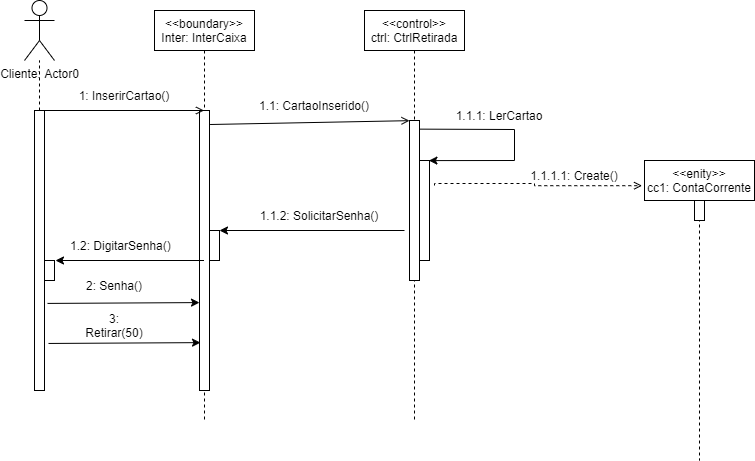
edivan-car/CursoADS keeps this draw.io diagram as AnaliseDeSistemas/saqueConta.drawio.png. Above is the earlier version. Source tidied: cells renumbered, new cells last; positions are measured from the earlier drawing's top-left corner, leaving out a move shared by most shapes.
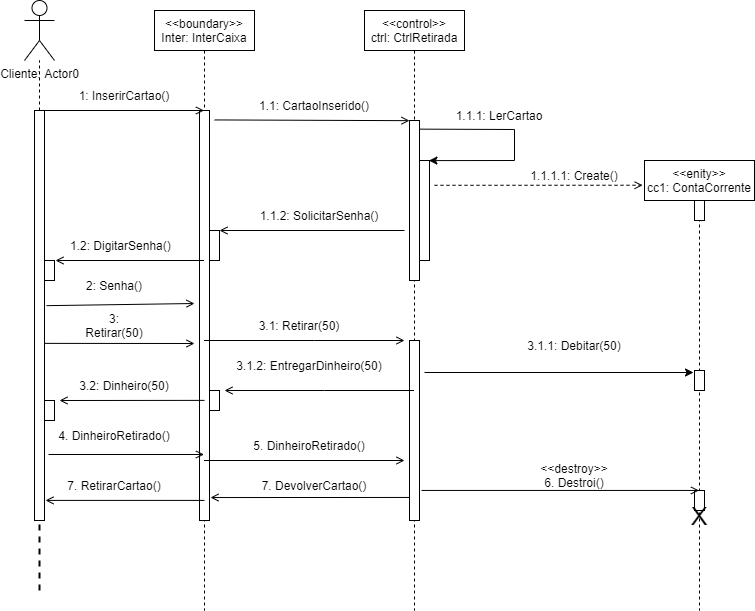
After the commit.

What changed in the source:
```diff
@@ -3,16 +3,19 @@
     <mxCell id="0" />
     <mxCell id="1" parent="0" />
     <mxCell id="2" value="&lt;&lt;boundary&gt;&gt;&#10;Inter: InterCaixa" style="shape=umlLifeline;perimeter=lifelinePerimeter;rounded=0;shadow=0;strokeWidth=1;" parent="1" vertex="1">
-      <mxGeometry x="130" y="10" width="100" height="410" as="geometry" />
+      <mxGeometry x="130" y="10" width="100" height="600" as="geometry" />
     </mxCell>
     <mxCell id="3" style="points=[];perimeter=orthogonalPerimeter;rounded=0;shadow=0;strokeWidth=1;" parent="2" vertex="1">
-      <mxGeometry x="45" y="100" width="10" height="280" as="geometry" />
+      <mxGeometry x="45" y="100" width="10" height="410" as="geometry" />
     </mxCell>
     <mxCell id="4" style="points=[];perimeter=orthogonalPerimeter;rounded=0;shadow=0;strokeWidth=1;" parent="2" vertex="1">
       <mxGeometry x="55" y="220" width="10" height="30" as="geometry" />
     </mxCell>
+    <mxCell id="30" style="perimeter=orthogonalPerimeter;rounded=0;shadow=0;strokeWidth=1;" parent="2" vertex="1">
+      <mxGeometry x="55" y="380" width="10" height="20" as="geometry" />
+    </mxCell>
     <mxCell id="5" value="&lt;&lt;control&gt;&gt;&#10;ctrl: CtrlRetirada" style="shape=umlLifeline;perimeter=lifelinePerimeter;rounded=0;shadow=0;strokeWidth=1;" parent="1" vertex="1">
-      <mxGeometry x="340" y="10" width="100" height="410" as="geometry" />
+      <mxGeometry x="340" y="10" width="100" height="600" as="geometry" />
     </mxCell>
     <mxCell id="6" style="points=[];perimeter=orthogonalPerimeter;rounded=0;shadow=0;strokeWidth=1;" parent="5" vertex="1">
       <mxGeometry x="45" y="110" width="10" height="160" as="geometry" />
@@ -28,11 +31,14 @@
     <mxCell id="8" style="points=[];perimeter=orthogonalPerimeter;rounded=0;shadow=0;strokeWidth=1;" parent="5" vertex="1">
       <mxGeometry x="55" y="150" width="10" height="100" as="geometry" />
     </mxCell>
+    <mxCell id="31" style="points=[];perimeter=orthogonalPerimeter;rounded=0;shadow=0;strokeWidth=1;" parent="5" vertex="1">
+      <mxGeometry x="45" y="330" width="10" height="180" as="geometry" />
+    </mxCell>
     <mxCell id="9" value="Cliente: Actor0" style="shape=umlActor;verticalLabelPosition=bottom;verticalAlign=top;html=1;outlineConnect=0;" parent="1" vertex="1">
       <mxGeometry width="30" height="60" as="geometry" />
     </mxCell>
     <mxCell id="10" style="rounded=0;whiteSpace=wrap;html=1;" parent="1" vertex="1">
-      <mxGeometry x="10" y="110" width="10" height="280" as="geometry" />
+      <mxGeometry x="10" y="110" width="10" height="410" as="geometry" />
     </mxCell>
     <mxCell id="11" style="endArrow=none;dashed=1;html=1;strokeWidth=1;rounded=0;exitX=0.5;exitY=0;exitDx=0;exitDy=0;" parent="1" edge="1" source="10" target="9">
       <mxGeometry relative="1" as="geometry" />
@@ -45,7 +51,7 @@
     <mxCell id="13" value="1: InserirCartao()" style="text;html=1;strokeColor=none;fillColor=none;align=center;verticalAlign=middle;whiteSpace=wrap;rounded=0;" parent="1" vertex="1">
       <mxGeometry x="40" y="80" width="120" height="30" as="geometry" />
     </mxCell>
-    <mxCell id="14" style="endArrow=open;html=1;rounded=0;strokeWidth=1;exitX=1.057;exitY=0.05;exitDx=0;exitDy=0;exitPerimeter=0;entryX=0;entryY=0.001;entryDx=0;entryDy=0;entryPerimeter=0;endFill=0;" parent="1" edge="1" source="3" target="6">
+    <mxCell id="14" style="endArrow=open;html=1;rounded=0;strokeWidth=1;exitX=1.512;exitY=0.023;exitDx=0;exitDy=0;exitPerimeter=0;entryX=0;entryY=0.001;entryDx=0;entryDy=0;entryPerimeter=0;endFill=0;" parent="1" edge="1" source="3" target="6">
       <mxGeometry relative="1" as="geometry" />
     </mxCell>
     <mxCell id="15" value="1.1: CartaoInserido()" style="text;html=1;strokeColor=none;fillColor=none;align=center;verticalAlign=middle;whiteSpace=wrap;rounded=0;" parent="1" vertex="1">
@@ -55,25 +61,32 @@
       <mxGeometry x="430" y="100" width="90" height="30" as="geometry" />
     </mxCell>
     <mxCell id="17" value="&lt;&lt;enity&gt;&gt;&#10;cc1: ContaCorrente" style="shape=umlLifeline;perimeter=lifelinePerimeter;rounded=0;shadow=0;strokeWidth=1;" parent="1" vertex="1">
-      <mxGeometry x="620" y="160" width="110" height="300" as="geometry" />
+      <mxGeometry x="620" y="160" width="110" height="450" as="geometry" />
     </mxCell>
     <mxCell id="18" style="perimeter=orthogonalPerimeter;rounded=0;shadow=0;strokeWidth=1;" parent="17" vertex="1">
       <mxGeometry x="50" y="40" width="10" height="20" as="geometry" />
     </mxCell>
+    <mxCell id="32" style="points=[];perimeter=orthogonalPerimeter;rounded=0;shadow=0;strokeWidth=1;" parent="17" vertex="1">
+      <mxGeometry x="50" y="210" width="10" height="20" as="geometry" />
+    </mxCell>
+    <mxCell id="33" style="perimeter=orthogonalPerimeter;rounded=0;shadow=0;strokeWidth=1;" parent="17" vertex="1">
+      <mxGeometry x="50" y="330" width="10" height="20" as="geometry" />
+    </mxCell>
+    <mxCell id="34" value="X" style="text;html=1;strokeColor=none;fillColor=none;align=center;verticalAlign=middle;whiteSpace=wrap;rounded=0;fontSize=25;" parent="17" vertex="1">
+      <mxGeometry x="25" y="340" width="60" height="30" as="geometry" />
+    </mxCell>
-    <mxCell id="19" style="edgeStyle=orthogonalEdgeStyle;rounded=0;jettySize=auto;html=1;strokeWidth=1;entryX=-0.022;entryY=0.084;entryDx=0;entryDy=0;entryPerimeter=0;dashed=1;endArrow=open;endFill=0;" parent="1" edge="1" target="17">
+    <mxCell id="19" style="edgeStyle=orthogonalEdgeStyle;rounded=0;jettySize=auto;html=1;strokeWidth=1;entryX=-0.017;entryY=0.055;entryDx=0;entryDy=0;entryPerimeter=0;dashed=1;endArrow=open;endFill=0;" parent="1" edge="1" target="17">
       <mxGeometry relative="1" as="geometry">
         <mxPoint x="410" y="185" as="sourcePoint" />
         <Array as="points">
-          <mxPoint x="410" y="183" />
-          <mxPoint x="510" y="183" />
-          <mxPoint x="510" y="185" />
+          <mxPoint x="618" y="185" />
         </Array>
       </mxGeometry>
     </mxCell>
     <mxCell id="20" value="1.1.1.1: Create()" style="text;html=1;strokeColor=none;fillColor=none;align=center;verticalAlign=middle;whiteSpace=wrap;rounded=0;" parent="1" vertex="1">
       <mxGeometry x="500" y="160" width="100" height="30" as="geometry" />
     </mxCell>
-    <mxCell id="21" style="endArrow=classic;html=1;rounded=0;entryX=1;entryY=0;entryDx=0;entryDy=0;entryPerimeter=0;" parent="1" edge="1" target="4">
+    <mxCell id="21" style="endArrow=open;html=1;rounded=0;entryX=1;entryY=0;entryDx=0;entryDy=0;entryPerimeter=0;endFill=0;" parent="1" edge="1" target="4">
       <mxGeometry relative="1" as="geometry">
         <mxPoint x="380" y="230" as="sourcePoint" />
       </mxGeometry>
@@ -84,17 +97,21 @@
     <mxCell id="23" style="points=[];perimeter=orthogonalPerimeter;rounded=0;shadow=0;strokeWidth=1;" parent="1" vertex="1">
       <mxGeometry x="20" y="260" width="10" height="20" as="geometry" />
     </mxCell>
-    <mxCell id="24" style="endArrow=classic;html=1;rounded=0;entryX=1.1;entryY=0;entryDx=0;entryDy=0;entryPerimeter=0;" parent="1" edge="1" source="2" target="23">
+    <mxCell id="24" style="endArrow=open;html=1;rounded=0;entryX=1.1;entryY=0;entryDx=0;entryDy=0;entryPerimeter=0;endFill=0;" parent="1" edge="1" source="2" target="23">
       <mxGeometry relative="1" as="geometry" />
     </mxCell>
     <mxCell id="25" value="1.2: DigitarSenha()" style="text;strokeColor=none;fillColor=none;align=left;verticalAlign=middle;spacingLeft=4;spacingRight=4;overflow=hidden;" parent="1" vertex="1">
       <mxGeometry x="40" y="230" width="120" height="30" as="geometry" />
     </mxCell>
-    <mxCell id="26" style="endArrow=classic;html=1;rounded=0;exitX=1.3;exitY=0.689;exitDx=0;exitDy=0;exitPerimeter=0;entryX=0;entryY=0.686;entryDx=0;entryDy=0;entryPerimeter=0;" parent="1" edge="1" source="10" target="3">
-      <mxGeometry relative="1" as="geometry" />
+    <mxCell id="26" style="endArrow=open;html=1;rounded=0;exitX=1.2;exitY=0.476;exitDx=0;exitDy=0;exitPerimeter=0;endFill=0;" parent="1" edge="1" source="10">
+      <mxGeometry relative="1" as="geometry">
+        <mxPoint x="170" y="303" as="targetPoint" />
+      </mxGeometry>
     </mxCell>
-    <mxCell id="27" style="endArrow=classic;html=1;rounded=0;exitX=1.4;exitY=0.832;exitDx=0;exitDy=0;exitPerimeter=0;entryX=0.1;entryY=0.829;entryDx=0;entryDy=0;entryPerimeter=0;" parent="1" edge="1" source="10" target="3">
-      <mxGeometry relative="1" as="geometry" />
+    <mxCell id="27" style="endArrow=open;html=1;rounded=0;exitX=1;exitY=0.568;exitDx=0;exitDy=0;exitPerimeter=0;endFill=0;" parent="1" edge="1" source="10">
+      <mxGeometry relative="1" as="geometry">
+        <mxPoint x="170" y="343" as="targetPoint" />
+      </mxGeometry>
     </mxCell>
     <mxCell id="28" value="2: Senha()" style="text;html=1;strokeColor=none;fillColor=none;align=center;verticalAlign=middle;whiteSpace=wrap;rounded=0;" parent="1" vertex="1">
       <mxGeometry x="60" y="270" width="60" height="30" as="geometry" />
@@ -102,5 +119,81 @@
     <mxCell id="29" value="3: Retirar(50)" style="text;html=1;strokeColor=none;fillColor=none;align=center;verticalAlign=middle;whiteSpace=wrap;rounded=0;" parent="1" vertex="1">
       <mxGeometry x="60" y="310" width="60" height="30" as="geometry" />
     </mxCell>
+    <mxCell id="35" style="endArrow=open;html=1;rounded=0;endFill=0;" parent="1" edge="1" source="2">
+      <mxGeometry relative="1" as="geometry">
+        <mxPoint x="380" y="340" as="targetPoint" />
+        <Array as="points">
+          <mxPoint x="290" y="340" />
+        </Array>
+      </mxGeometry>
+    </mxCell>
+    <mxCell id="36" value="3.1: Retirar(50)" style="text;html=1;strokeColor=none;fillColor=none;align=center;verticalAlign=middle;whiteSpace=wrap;rounded=0;" parent="1" vertex="1">
+      <mxGeometry x="230" y="310" width="90" height="30" as="geometry" />
+    </mxCell>
+    <mxCell id="37" style="endArrow=classic;html=1;rounded=0;entryX=-0.1;entryY=0.1;entryDx=0;entryDy=0;entryPerimeter=0;" parent="1" edge="1" target="32">
+      <mxGeometry relative="1" as="geometry">
+        <mxPoint x="400" y="372" as="sourcePoint" />
+      </mxGeometry>
+    </mxCell>
+    <mxCell id="38" value="3.1.1: Debitar(50)" style="text;html=1;strokeColor=none;fillColor=none;align=center;verticalAlign=middle;whiteSpace=wrap;rounded=0;" parent="1" vertex="1">
+      <mxGeometry x="490" y="330" width="120" height="30" as="geometry" />
+    </mxCell>
+    <mxCell id="39" value="3.1.2: EntregarDinheiro(50)" style="text;html=1;strokeColor=none;fillColor=none;align=center;verticalAlign=middle;whiteSpace=wrap;rounded=0;" parent="1" vertex="1">
+      <mxGeometry x="200" y="350" width="170" height="30" as="geometry" />
+    </mxCell>
+    <mxCell id="40" style="endArrow=open;html=1;rounded=0;endFill=0;" parent="1" edge="1" source="5">
+      <mxGeometry relative="1" as="geometry">
+        <mxPoint x="200" y="390" as="targetPoint" />
+        <Array as="points">
+          <mxPoint x="300" y="390" />
+        </Array>
+      </mxGeometry>
+    </mxCell>
+    <mxCell id="41" style="points=[];perimeter=orthogonalPerimeter;rounded=0;shadow=0;strokeWidth=1;" parent="1" vertex="1">
+      <mxGeometry x="20" y="400" width="10" height="20" as="geometry" />
+    </mxCell>
+    <mxCell id="42" style="endArrow=open;html=1;rounded=0;entryX=1.5;entryY=0;entryDx=0;entryDy=0;entryPerimeter=0;endFill=0;exitX=0.5;exitY=0.707;exitDx=0;exitDy=0;exitPerimeter=0;" parent="1" edge="1" source="3" target="41">
+      <mxGeometry relative="1" as="geometry" />
+    </mxCell>
+    <mxCell id="43" value="3.2: Dinheiro(50)" style="text;html=1;strokeColor=none;fillColor=none;align=center;verticalAlign=middle;whiteSpace=wrap;rounded=0;" parent="1" vertex="1">
+      <mxGeometry x="50" y="370" width="100" height="30" as="geometry" />
+    </mxCell>
+    <mxCell id="44" style="endArrow=open;html=1;rounded=0;exitX=1.4;exitY=0.839;exitDx=0;exitDy=0;exitPerimeter=0;endFill=0;" parent="1" edge="1" source="10" target="2">
+      <mxGeometry relative="1" as="geometry" />
+    </mxCell>
+    <mxCell id="45" value="4. DinheiroRetirado()" style="text;html=1;strokeColor=none;fillColor=none;align=center;verticalAlign=middle;whiteSpace=wrap;rounded=0;" parent="1" vertex="1">
+      <mxGeometry x="30" y="420" width="120" height="30" as="geometry" />
+    </mxCell>
+    <mxCell id="46" style="endArrow=open;html=1;rounded=0;endFill=0;" parent="1" edge="1" source="2">
+      <mxGeometry relative="1" as="geometry">
+        <mxPoint x="380" y="460" as="targetPoint" />
+      </mxGeometry>
+    </mxCell>
+    <mxCell id="47" value="5. DinheiroRetirado()" style="text;html=1;strokeColor=none;fillColor=none;align=center;verticalAlign=middle;whiteSpace=wrap;rounded=0;" parent="1" vertex="1">
+      <mxGeometry x="225" y="430" width="120" height="30" as="geometry" />
+    </mxCell>
+    <mxCell id="48" style="endArrow=open;html=1;rounded=0;exitX=1.2;exitY=0.833;exitDx=0;exitDy=0;exitPerimeter=0;endFill=0;" parent="1" edge="1" source="31" target="17">
+      <mxGeometry relative="1" as="geometry" />
+    </mxCell>
+    <mxCell id="49" value="&amp;lt;&amp;lt;destroy&amp;gt;&amp;gt;&lt;br&gt;6. Destroi()" style="text;html=1;strokeColor=none;fillColor=none;align=center;verticalAlign=middle;whiteSpace=wrap;rounded=0;" parent="1" vertex="1">
+      <mxGeometry x="490" y="460" width="120" height="30" as="geometry" />
+    </mxCell>
+    <mxCell id="50" style="endArrow=none;dashed=1;html=1;strokeWidth=2;rounded=0;fontSize=25;entryX=0.5;entryY=1;entryDx=0;entryDy=0;" parent="1" edge="1" target="10">
+      <mxGeometry relative="1" as="geometry">
+        <mxPoint x="15" y="590" as="sourcePoint" />
+      </mxGeometry>
+    </mxCell>
+    <mxCell id="51" value="7. DevolverCartao()" style="text;html=1;strokeColor=none;fillColor=none;align=center;verticalAlign=middle;whiteSpace=wrap;rounded=0;" parent="1" vertex="1">
+      <mxGeometry x="230" y="470" width="120" height="30" as="geometry" />
+    </mxCell>
+    <mxCell id="52" style="endArrow=open;html=1;rounded=0;fontSize=25;entryX=1.1;entryY=0.944;entryDx=0;entryDy=0;entryPerimeter=0;exitX=0;exitY=0.872;exitDx=0;exitDy=0;exitPerimeter=0;endFill=0;" parent="1" edge="1" source="31" target="3">
+      <mxGeometry relative="1" as="geometry" />
+    </mxCell>
+    <mxCell id="53" value="7. RetirarCartao()" style="text;html=1;strokeColor=none;fillColor=none;align=center;verticalAlign=middle;whiteSpace=wrap;rounded=0;" parent="1" vertex="1">
+      <mxGeometry x="30" y="470" width="120" height="30" as="geometry" />
+    </mxCell>
+    <mxCell id="54" style="endArrow=open;html=1;rounded=0;fontSize=25;entryX=1.1;entryY=0.951;entryDx=0;entryDy=0;entryPerimeter=0;exitX=0.5;exitY=0.951;exitDx=0;exitDy=0;exitPerimeter=0;endFill=0;" parent="1" edge="1" source="3" target="10">
+      <mxGeometry relative="1" as="geometry" />
+    </mxCell>
   </root>
 </mxGraphModel>
```
